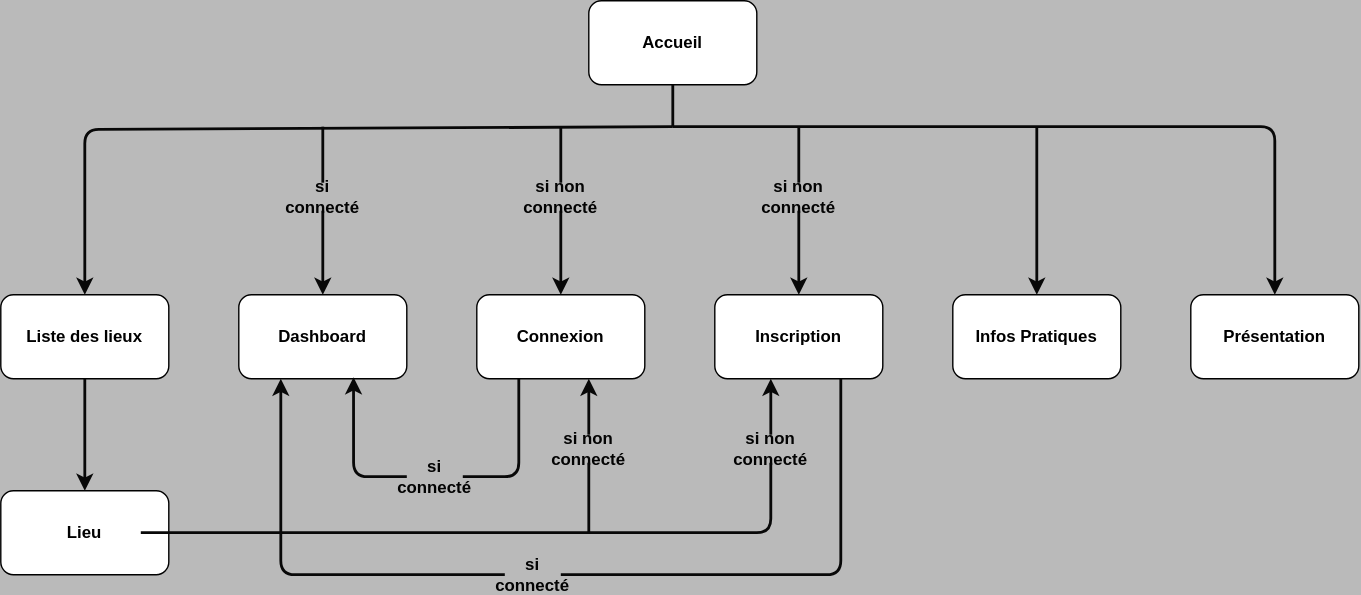
Before: documentation/arborescence.drawio.svg, a diagram exported from draw.io (aurelien-genois/opatrimoine-public). Source tidied: cells renumbered, new cells last; positions are measured from the earlier drawing's top-left corner, leaving out a move shared by most shapes.
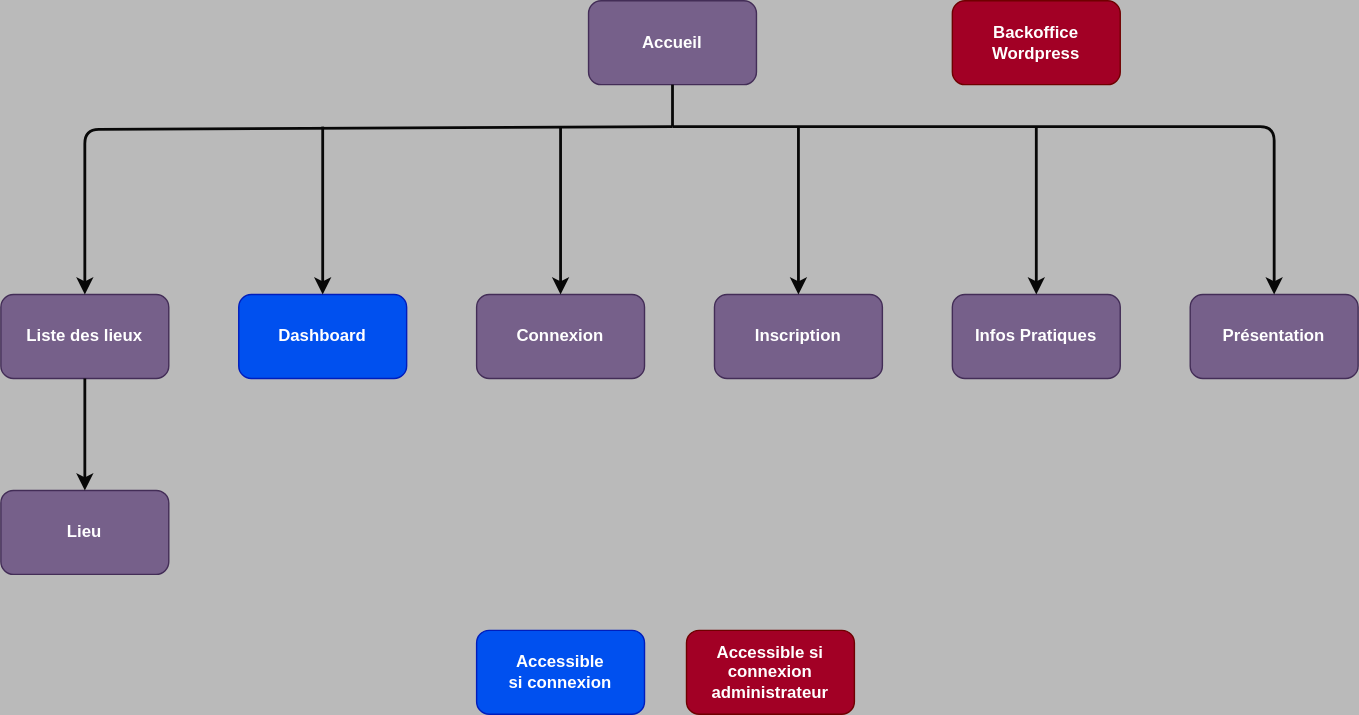
The same file after the commit.

Change to the diagram source:
```diff
@@ -2,22 +2,22 @@
   <root>
     <mxCell id="0" />
     <mxCell id="1" parent="0" />
-    <mxCell id="2" value="Accueil" style="rounded=1;whiteSpace=wrap;html=1;fontStyle=1;" parent="1" vertex="1">
+    <mxCell id="2" value="Accueil" style="rounded=1;whiteSpace=wrap;html=1;fontStyle=1;fillColor=#76608a;strokeColor=#432D57;fontColor=#ffffff;" parent="1" vertex="1">
       <mxGeometry x="420" width="120" height="60" as="geometry" />
     </mxCell>
-    <mxCell id="3" value="Présentation" style="rounded=1;whiteSpace=wrap;html=1;fontStyle=1;" parent="1" vertex="1">
+    <mxCell id="3" value="Présentation" style="rounded=1;whiteSpace=wrap;html=1;fontStyle=1;fillColor=#76608a;strokeColor=#432D57;fontColor=#ffffff;" parent="1" vertex="1">
       <mxGeometry x="850" y="210" width="120" height="60" as="geometry" />
     </mxCell>
-    <mxCell id="4" value="Infos Pratiques" style="rounded=1;whiteSpace=wrap;html=1;fontStyle=1;" parent="1" vertex="1">
+    <mxCell id="4" value="Infos Pratiques" style="rounded=1;whiteSpace=wrap;html=1;fontStyle=1;fillColor=#76608a;strokeColor=#432D57;fontColor=#ffffff;" parent="1" vertex="1">
       <mxGeometry x="680" y="210" width="120" height="60" as="geometry" />
     </mxCell>
-    <mxCell id="5" value="Inscription" style="rounded=1;whiteSpace=wrap;html=1;fontStyle=1;" parent="1" vertex="1">
+    <mxCell id="5" value="Inscription" style="rounded=1;whiteSpace=wrap;html=1;fontStyle=1;fillColor=#76608a;strokeColor=#432D57;fontColor=#ffffff;" parent="1" vertex="1">
       <mxGeometry x="510" y="210" width="120" height="60" as="geometry" />
     </mxCell>
-    <mxCell id="6" value="Connexion" style="rounded=1;whiteSpace=wrap;html=1;fontStyle=1;" parent="1" vertex="1">
+    <mxCell id="6" value="Connexion" style="rounded=1;whiteSpace=wrap;html=1;fontStyle=1;fillColor=#76608a;strokeColor=#432D57;fontColor=#ffffff;" parent="1" vertex="1">
       <mxGeometry x="340" y="210" width="120" height="60" as="geometry" />
     </mxCell>
-    <mxCell id="7" value="Liste des lieux" style="rounded=1;whiteSpace=wrap;html=1;fontStyle=1;" parent="1" vertex="1">
+    <mxCell id="7" value="Liste des lieux" style="rounded=1;whiteSpace=wrap;html=1;fontStyle=1;fillColor=#76608a;strokeColor=#432D57;fontColor=#ffffff;" parent="1" vertex="1">
       <mxGeometry y="210" width="120" height="60" as="geometry" />
     </mxCell>
     <mxCell id="8" style="endArrow=classic;html=1;entryX=0.5;entryY=0;entryDx=0;entryDy=0;strokeColor=#080808;strokeWidth=2;" parent="1" edge="1" target="7">
@@ -28,14 +28,18 @@
         </Array>
       </mxGeometry>
     </mxCell>
-    <mxCell id="9" style="endArrow=classic;html=1;strokeColor=#080808;strokeWidth=2;entryX=0.5;entryY=0;entryDx=0;entryDy=0;startArrow=none;" parent="1" edge="1" source="16" target="6">
-      <mxGeometry relative="1" as="geometry" />
+    <mxCell id="9" style="endArrow=classic;html=1;strokeColor=#080808;strokeWidth=2;entryX=0.5;entryY=0;entryDx=0;entryDy=0;startArrow=none;" parent="1" edge="1" target="6">
+      <mxGeometry relative="1" as="geometry">
+        <mxPoint x="400" y="90" as="sourcePoint" />
+      </mxGeometry>
     </mxCell>
-    <mxCell id="10" value="Dashboard" style="rounded=1;whiteSpace=wrap;html=1;fontStyle=1;" parent="1" vertex="1">
+    <mxCell id="10" value="Dashboard" style="rounded=1;whiteSpace=wrap;html=1;fontStyle=1;fillColor=#0050ef;strokeColor=#001DBC;fontColor=#ffffff;" parent="1" vertex="1">
       <mxGeometry x="170" y="210" width="120" height="60" as="geometry" />
     </mxCell>
-    <mxCell id="11" style="endArrow=classic;html=1;strokeColor=#080808;strokeWidth=2;entryX=0.5;entryY=0;entryDx=0;entryDy=0;startArrow=none;" parent="1" edge="1" source="18" target="10">
-      <mxGeometry relative="1" as="geometry" />
+    <mxCell id="11" style="endArrow=classic;html=1;strokeColor=#080808;strokeWidth=2;entryX=0.5;entryY=0;entryDx=0;entryDy=0;startArrow=none;" parent="1" edge="1" target="10">
+      <mxGeometry relative="1" as="geometry">
+        <mxPoint x="230" y="90" as="sourcePoint" />
+      </mxGeometry>
     </mxCell>
     <mxCell id="12" style="endArrow=classic;html=1;strokeColor=#080808;strokeWidth=2;entryX=0.5;entryY=0;entryDx=0;entryDy=0;" parent="1" edge="1" target="3">
       <mxGeometry relative="1" as="geometry">
@@ -45,8 +49,9 @@
         </Array>
       </mxGeometry>
     </mxCell>
-    <mxCell id="13" style="endArrow=classic;html=1;strokeColor=#080808;strokeWidth=2;startArrow=none;" parent="1" edge="1" source="20">
+    <mxCell id="13" style="endArrow=classic;html=1;strokeColor=#080808;strokeWidth=2;startArrow=none;" parent="1" edge="1">
       <mxGeometry relative="1" as="geometry">
+        <mxPoint x="570" y="90" as="sourcePoint" />
         <mxPoint x="570" y="210" as="targetPoint" />
       </mxGeometry>
     </mxCell>
@@ -60,98 +65,20 @@
         <mxPoint x="480" y="90" as="sourcePoint" />
       </mxGeometry>
     </mxCell>
-    <mxCell id="16" value="si non connecté" style="text;html=1;strokeColor=none;fillColor=none;align=center;verticalAlign=middle;whiteSpace=wrap;rounded=0;fontStyle=1;fontColor=#030303;" parent="1" vertex="1">
-      <mxGeometry x="380" y="130" width="40" height="20" as="geometry" />
-    </mxCell>
-    <mxCell id="17" style="endArrow=none;html=1;strokeColor=#080808;strokeWidth=2;entryX=0.5;entryY=0;entryDx=0;entryDy=0;" parent="1" edge="1" target="16">
-      <mxGeometry relative="1" as="geometry">
-        <mxPoint x="400" y="90" as="sourcePoint" />
-      </mxGeometry>
-    </mxCell>
-    <mxCell id="18" value="si connecté" style="text;html=1;strokeColor=none;fillColor=none;align=center;verticalAlign=middle;whiteSpace=wrap;rounded=0;fontStyle=1;fontColor=#030303;" parent="1" vertex="1">
-      <mxGeometry x="210" y="130" width="40" height="20" as="geometry" />
-    </mxCell>
-    <mxCell id="19" style="endArrow=none;html=1;strokeColor=#080808;strokeWidth=2;entryX=0.5;entryY=0;entryDx=0;entryDy=0;" parent="1" edge="1" target="18">
-      <mxGeometry relative="1" as="geometry">
-        <mxPoint x="230" y="90" as="sourcePoint" />
-      </mxGeometry>
-    </mxCell>
-    <mxCell id="20" value="si non connecté" style="text;html=1;strokeColor=none;fillColor=none;align=center;verticalAlign=middle;whiteSpace=wrap;rounded=0;fontStyle=1;fontColor=#030303;" parent="1" vertex="1">
-      <mxGeometry x="550" y="130" width="40" height="20" as="geometry" />
-    </mxCell>
-    <mxCell id="21" style="endArrow=none;html=1;strokeColor=#080808;strokeWidth=2;" parent="1" edge="1" target="20">
-      <mxGeometry relative="1" as="geometry">
-        <mxPoint x="570" y="90" as="sourcePoint" />
-      </mxGeometry>
-    </mxCell>
-    <mxCell id="22" value="Lieu" style="rounded=1;whiteSpace=wrap;html=1;fontStyle=1;" parent="1" vertex="1">
+    <mxCell id="22" value="Lieu" style="rounded=1;whiteSpace=wrap;html=1;fontStyle=1;fillColor=#76608a;strokeColor=#432D57;fontColor=#ffffff;" parent="1" vertex="1">
       <mxGeometry y="350" width="120" height="60" as="geometry" />
     </mxCell>
     <mxCell id="23" style="endArrow=classic;html=1;fontColor=#030303;strokeColor=#080808;strokeWidth=2;exitX=0.5;exitY=1;exitDx=0;exitDy=0;entryX=0.5;entryY=0;entryDx=0;entryDy=0;" parent="1" edge="1" source="7" target="22">
       <mxGeometry relative="1" as="geometry" />
     </mxCell>
-    <mxCell id="24" style="endArrow=classic;html=1;fontColor=#030303;strokeColor=#080808;strokeWidth=2;entryX=0.5;entryY=1;entryDx=0;entryDy=0;startArrow=none;" parent="1" edge="1" source="25">
-      <mxGeometry relative="1" as="geometry">
-        <mxPoint x="420" y="270" as="targetPoint" />
-      </mxGeometry>
-    </mxCell>
-    <mxCell id="25" value="si non connecté" style="text;html=1;strokeColor=none;fillColor=none;align=center;verticalAlign=middle;whiteSpace=wrap;rounded=0;fontStyle=1;fontColor=#030303;" parent="1" vertex="1">
-      <mxGeometry x="400" y="310" width="40" height="20" as="geometry" />
-    </mxCell>
-    <mxCell id="26" style="endArrow=none;html=1;fontColor=#030303;strokeColor=#080808;strokeWidth=2;entryX=0.5;entryY=1;entryDx=0;entryDy=0;" parent="1" edge="1" target="25">
-      <mxGeometry relative="1" as="geometry">
-        <mxPoint x="420" y="380" as="sourcePoint" />
-      </mxGeometry>
-    </mxCell>
-    <mxCell id="27" value="si non connecté" style="text;html=1;strokeColor=none;fillColor=none;align=center;verticalAlign=middle;whiteSpace=wrap;rounded=0;fontStyle=1;fontColor=#030303;" parent="1" vertex="1">
-      <mxGeometry x="530" y="310" width="40" height="20" as="geometry" />
-    </mxCell>
-    <mxCell id="28" style="endArrow=none;html=1;fontColor=#030303;strokeColor=#080808;strokeWidth=2;exitX=1;exitY=0.5;exitDx=0;exitDy=0;entryX=0.5;entryY=1;entryDx=0;entryDy=0;" parent="1" edge="1" target="27">
-      <mxGeometry relative="1" as="geometry">
-        <mxPoint x="100" y="380" as="sourcePoint" />
-        <Array as="points">
-          <mxPoint x="550" y="380" />
-        </Array>
-      </mxGeometry>
-    </mxCell>
-    <mxCell id="29" style="endArrow=classic;html=1;fontColor=#030303;strokeColor=#080808;strokeWidth=2;entryX=0.5;entryY=1;entryDx=0;entryDy=0;exitX=0.5;exitY=0;exitDx=0;exitDy=0;" parent="1" edge="1" source="27">
-      <mxGeometry relative="1" as="geometry">
-        <mxPoint x="550" y="270" as="targetPoint" />
-      </mxGeometry>
-    </mxCell>
-    <mxCell id="30" style="endArrow=classic;html=1;fontColor=#030303;strokeColor=#080808;strokeWidth=2;entryX=0.25;entryY=1;entryDx=0;entryDy=0;startArrow=none;exitX=0;exitY=0.5;exitDx=0;exitDy=0;" parent="1" edge="1" source="34" target="10">
-      <mxGeometry relative="1" as="geometry">
-        <Array as="points">
-          <mxPoint x="200" y="410" />
-        </Array>
-      </mxGeometry>
-    </mxCell>
-    <mxCell id="31" style="endArrow=classic;html=1;fontColor=#030303;strokeColor=#080808;strokeWidth=2;entryX=0.683;entryY=0.983;entryDx=0;entryDy=0;entryPerimeter=0;startArrow=none;exitX=0;exitY=0.5;exitDx=0;exitDy=0;" parent="1" edge="1" source="32" target="10">
-      <mxGeometry relative="1" as="geometry">
-        <Array as="points">
-          <mxPoint x="252" y="340" />
-        </Array>
-      </mxGeometry>
-    </mxCell>
-    <mxCell id="32" value="si connecté" style="text;html=1;strokeColor=none;fillColor=none;align=center;verticalAlign=middle;whiteSpace=wrap;rounded=0;fontStyle=1;fontColor=#030303;" parent="1" vertex="1">
-      <mxGeometry x="290" y="330" width="40" height="20" as="geometry" />
-    </mxCell>
-    <mxCell id="33" style="endArrow=none;html=1;fontColor=#030303;strokeColor=#080808;strokeWidth=2;entryX=0.25;entryY=1;entryDx=0;entryDy=0;exitX=1;exitY=0.5;exitDx=0;exitDy=0;" parent="1" edge="1" source="32" target="6">
-      <mxGeometry relative="1" as="geometry">
-        <Array as="points">
-          <mxPoint x="370" y="340" />
-        </Array>
-      </mxGeometry>
-    </mxCell>
-    <mxCell id="34" value="si connecté" style="text;html=1;strokeColor=none;fillColor=none;align=center;verticalAlign=middle;whiteSpace=wrap;rounded=0;fontStyle=1;fontColor=#030303;" parent="1" vertex="1">
-      <mxGeometry x="360" y="400" width="40" height="20" as="geometry" />
-    </mxCell>
-    <mxCell id="35" style="endArrow=none;html=1;fontColor=#030303;strokeColor=#080808;strokeWidth=2;exitX=0.75;exitY=1;exitDx=0;exitDy=0;entryX=1;entryY=0.5;entryDx=0;entryDy=0;" parent="1" edge="1" source="5" target="34">
-      <mxGeometry relative="1" as="geometry">
-        <Array as="points">
-          <mxPoint x="600" y="410" />
-        </Array>
-      </mxGeometry>
-    </mxCell>
+    <mxCell id="36" value="Accessible&lt;br&gt;si connexion" style="rounded=1;whiteSpace=wrap;html=1;fontStyle=1;fillColor=#0050ef;strokeColor=#001DBC;fontColor=#ffffff;" parent="1" vertex="1">
+      <mxGeometry x="340" y="450" width="120" height="60" as="geometry" />
+    </mxCell>
+    <mxCell id="37" value="Backoffice Wordpress" style="rounded=1;whiteSpace=wrap;html=1;fontStyle=1;fillColor=#a20025;strokeColor=#6F0000;fontColor=#ffffff;" parent="1" vertex="1">
+      <mxGeometry x="680" width="120" height="60" as="geometry" />
+    </mxCell>
+    <mxCell id="38" value="Accessible si connexion&lt;br&gt;administrateur" style="rounded=1;whiteSpace=wrap;html=1;fontStyle=1;fillColor=#a20025;strokeColor=#6F0000;fontColor=#ffffff;" parent="1" vertex="1">
+      <mxGeometry x="490" y="450" width="120" height="60" as="geometry" />
+    </mxCell>
   </root>
 </mxGraphModel>
```
